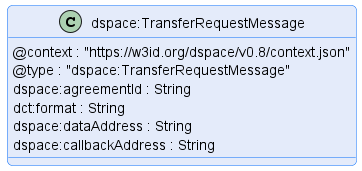
Earlier version of the PlantUML export transfer/message/diagram/transfer-request-message.png (International-Data-Spaces-Association/ids-specification).
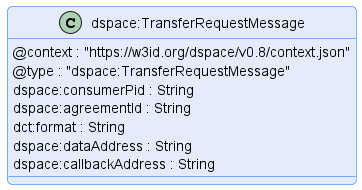
After the change.

Diff of the diagram source:
```diff
@@ -9,6 +9,7 @@
 class "dspace:TransferRequestMessage" {
     @context : "https://w3id.org/dspace/v0.8/context.json"
     @type : "dspace:TransferRequestMessage"
+    dspace:consumerPid : String
     dspace:agreementId : String
     dct:format : String
     dspace:dataAddress : String
```
